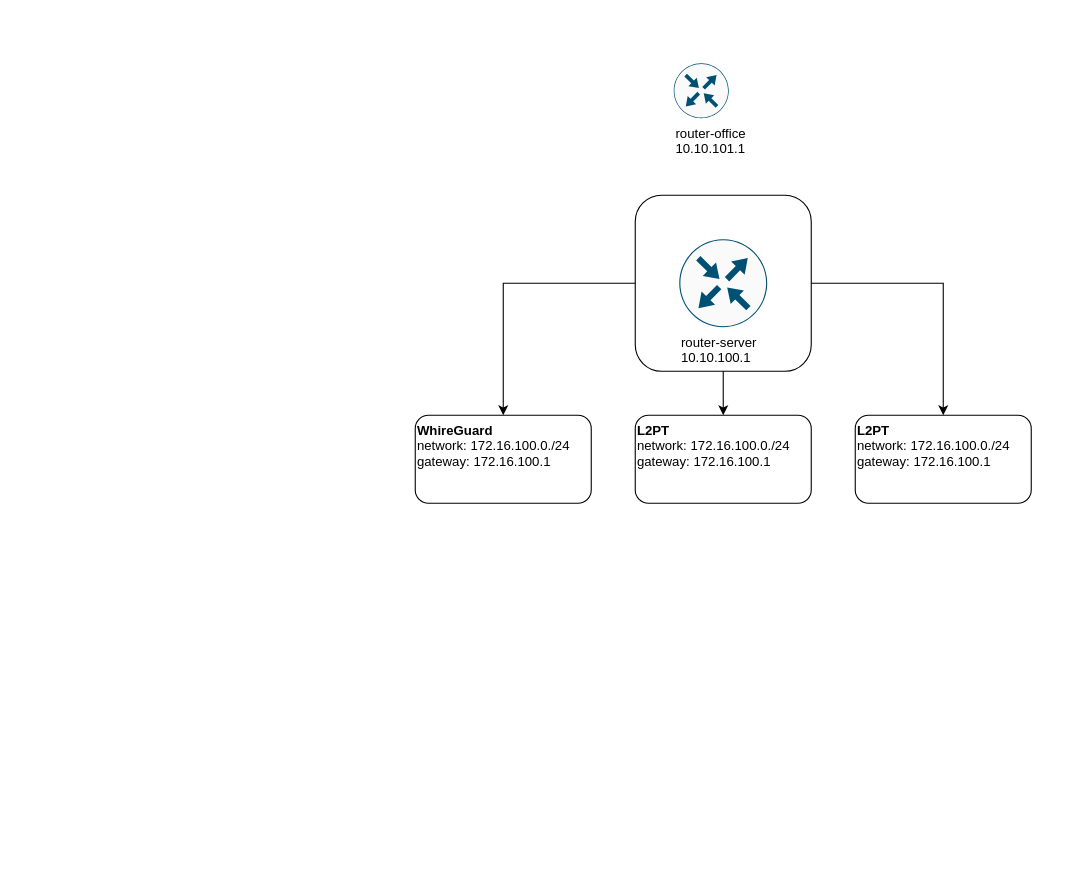
This is Untitled Diagram.drawio from lex1010011010/a1-network-map, a draw.io file, before an edit. Source tidied: cells renumbered, new cells numbered last; positions are measured from the earlier drawing's top-left corner, leaving out a move shared by most shapes. Both pictures are drawn from the tidied source at 110%, with x=0, y=0 at pixel (415, 63).
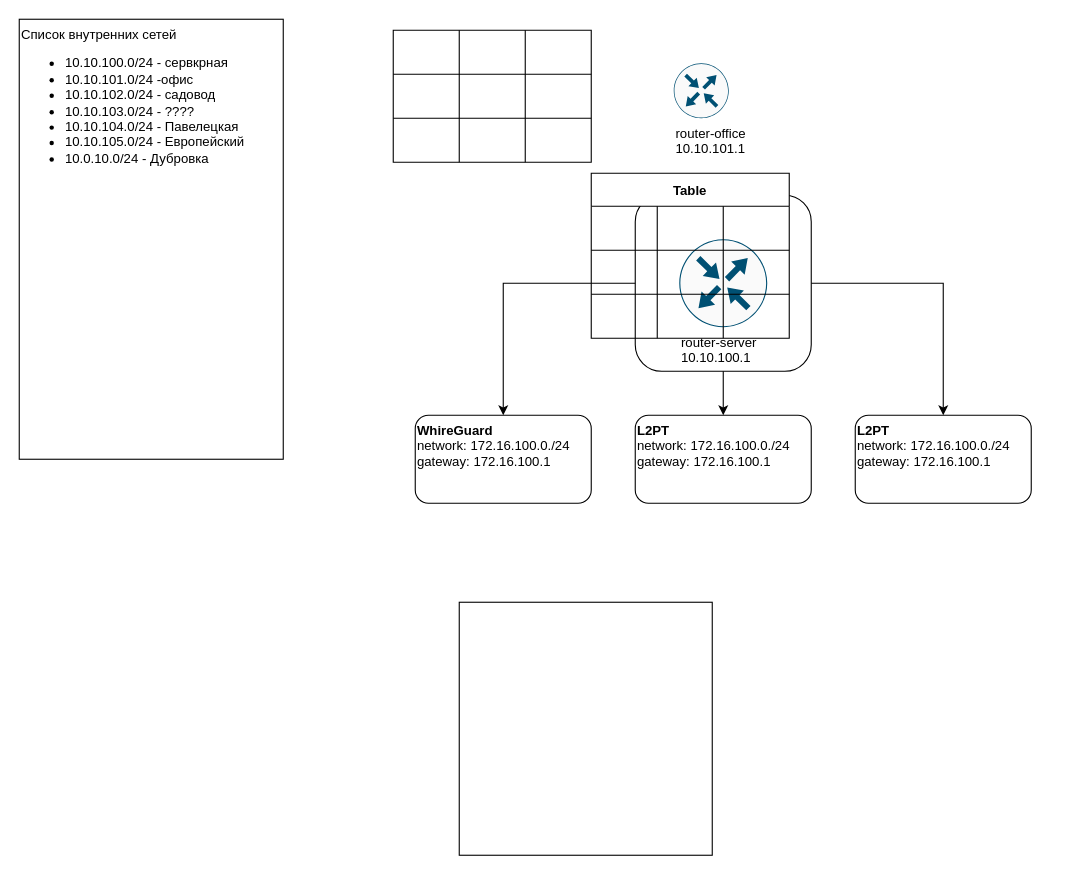
The same page after the edit.

Change to the diagram source:
```diff
@@
+    <mxCell id="12" value="Список внутренних сетей&lt;br&gt;&lt;ul&gt;&lt;li&gt;10.10.100.0/24 - сервкрная&lt;/li&gt;&lt;li&gt;10.10.101.0/24 -офис&lt;/li&gt;&lt;li&gt;10.10.102.0/24 - садовод&lt;/li&gt;&lt;li&gt;10.10.103.0/24 - ????&lt;/li&gt;&lt;li&gt;10.10.104.0/24 - Павелецкая&lt;/li&gt;&lt;li&gt;10.10.105.0/24 - Европейский&lt;/li&gt;&lt;li&gt;10.0.10.0/24 - Дубровка&lt;/li&gt;&lt;/ul&gt;" style="rounded=0;whiteSpace=wrap;html=1;align=left;verticalAlign=top;glass=0;sketch=0;" parent="1" vertex="1">
+      <mxGeometry x="-360" y="-40" width="240" height="400" as="geometry" />
+    </mxCell>
+    <mxCell id="13" style="shape=table;html=1;whiteSpace=wrap;startSize=0;childLayout=tableLayout;rounded=0;glass=0;sketch=0;" parent="1" vertex="1">
+      <mxGeometry x="-20" y="-30" width="180" height="120" as="geometry" />
+    </mxCell>
+    <mxCell id="14" style="shape=tableRow;horizontal=0;startSize=0;swimlaneHead=0;swimlaneBody=0;top=0;left=0;bottom=0;right=0;fillColor=none;rounded=0;glass=0;sketch=0;" parent="13" vertex="1">
+      <mxGeometry width="180" height="40" as="geometry" />
+    </mxCell>
+    <mxCell id="15" style="shape=partialRectangle;html=1;whiteSpace=wrap;fillColor=none;top=0;left=0;bottom=0;right=0;overflow=hidden;rounded=0;glass=0;sketch=0;" parent="14" vertex="1">
+      <mxGeometry width="60" height="40" as="geometry" />
+    </mxCell>
+    <mxCell id="16" style="shape=partialRectangle;html=1;whiteSpace=wrap;fillColor=none;top=0;left=0;bottom=0;right=0;overflow=hidden;rounded=0;glass=0;sketch=0;" parent="14" vertex="1">
+      <mxGeometry x="60" width="60" height="40" as="geometry" />
+    </mxCell>
+    <mxCell id="17" style="shape=partialRectangle;html=1;whiteSpace=wrap;fillColor=none;top=0;left=0;bottom=0;right=0;overflow=hidden;rounded=0;glass=0;sketch=0;" parent="14" vertex="1">
+      <mxGeometry x="120" width="60" height="40" as="geometry" />
+    </mxCell>
+    <mxCell id="18" style="shape=tableRow;horizontal=0;startSize=0;swimlaneHead=0;swimlaneBody=0;top=0;left=0;bottom=0;right=0;fillColor=none;rounded=0;glass=0;sketch=0;" parent="13" vertex="1">
+      <mxGeometry y="40" width="180" height="40" as="geometry" />
+    </mxCell>
+    <mxCell id="19" style="shape=partialRectangle;html=1;whiteSpace=wrap;fillColor=none;top=0;left=0;bottom=0;right=0;overflow=hidden;rounded=0;glass=0;sketch=0;" parent="18" vertex="1">
+      <mxGeometry width="60" height="40" as="geometry" />
+    </mxCell>
+    <mxCell id="20" style="shape=partialRectangle;html=1;whiteSpace=wrap;fillColor=none;top=0;left=0;bottom=0;right=0;overflow=hidden;rounded=0;glass=0;sketch=0;" parent="18" vertex="1">
+      <mxGeometry x="60" width="60" height="40" as="geometry" />
+    </mxCell>
+    <mxCell id="21" style="shape=partialRectangle;html=1;whiteSpace=wrap;fillColor=none;top=0;left=0;bottom=0;right=0;overflow=hidden;rounded=0;glass=0;sketch=0;" parent="18" vertex="1">
+      <mxGeometry x="120" width="60" height="40" as="geometry" />
+    </mxCell>
+    <mxCell id="22" style="shape=tableRow;horizontal=0;startSize=0;swimlaneHead=0;swimlaneBody=0;top=0;left=0;bottom=0;right=0;fillColor=none;rounded=0;glass=0;sketch=0;" parent="13" vertex="1">
+      <mxGeometry y="80" width="180" height="40" as="geometry" />
+    </mxCell>
+    <mxCell id="23" style="shape=partialRectangle;html=1;whiteSpace=wrap;fillColor=none;top=0;left=0;bottom=0;right=0;overflow=hidden;rounded=0;glass=0;sketch=0;" parent="22" vertex="1">
+      <mxGeometry width="60" height="40" as="geometry" />
+    </mxCell>
+    <mxCell id="24" style="shape=partialRectangle;html=1;whiteSpace=wrap;fillColor=none;top=0;left=0;bottom=0;right=0;overflow=hidden;rounded=0;glass=0;sketch=0;" parent="22" vertex="1">
+      <mxGeometry x="60" width="60" height="40" as="geometry" />
+    </mxCell>
+    <mxCell id="25" style="shape=partialRectangle;html=1;whiteSpace=wrap;fillColor=none;top=0;left=0;bottom=0;right=0;overflow=hidden;rounded=0;glass=0;sketch=0;" parent="22" vertex="1">
+      <mxGeometry x="120" width="60" height="40" as="geometry" />
+    </mxCell>
+    <mxCell id="26" value="&lt;table&gt;&lt;tbody&gt;&lt;tr&gt;&lt;td&gt;&lt;br&gt;&lt;/td&gt;&lt;td&gt;&lt;br&gt;&lt;/td&gt;&lt;/tr&gt;&lt;tr&gt;&lt;td&gt;&lt;br&gt;&lt;/td&gt;&lt;td&gt;&lt;br&gt;&lt;/td&gt;&lt;/tr&gt;&lt;/tbody&gt;&lt;/table&gt;" style="text;html=1;align=center;verticalAlign=middle;strokeColor=none;fillColor=none;" parent="1" vertex="1">
+      <mxGeometry x="545" y="460" width="30" height="40" as="geometry" />
+    </mxCell>
+    <mxCell id="27" value="&lt;table&gt;&lt;tbody&gt;&lt;tr&gt;&lt;td&gt;&lt;/td&gt;&lt;td&gt;&lt;br&gt;&lt;/td&gt;&lt;/tr&gt;&lt;tr&gt;&lt;td&gt;&lt;br&gt;&lt;/td&gt;&lt;td&gt;&lt;br&gt;&lt;/td&gt;&lt;/tr&gt;&lt;/tbody&gt;&lt;/table&gt;" style="whiteSpace=wrap;html=1;rounded=0;glass=0;sketch=0;" parent="1" vertex="1">
+      <mxGeometry x="40" y="490" width="230" height="230" as="geometry" />
+    </mxCell>
+    <mxCell id="28" value="Table" style="shape=table;startSize=30;childLayout=tableLayout;fontStyle=1;align=center;rounded=0;glass=0;sketch=0;" parent="1" vertex="1">
+      <mxGeometry x="160" y="100" width="180" height="150" as="geometry" />
+    </mxCell>
+    <mxCell id="29" style="shape=tableRow;horizontal=0;startSize=0;swimlaneHead=0;swimlaneBody=0;top=0;left=0;bottom=0;right=0;fillColor=none;rounded=0;glass=0;sketch=0;" parent="28" vertex="1">
+      <mxGeometry y="30" width="180" height="40" as="geometry" />
+    </mxCell>
+    <mxCell id="30" style="shape=partialRectangle;html=1;whiteSpace=wrap;fillColor=none;top=0;left=0;bottom=0;right=0;overflow=hidden;rounded=0;glass=0;sketch=0;" parent="29" vertex="1">
+      <mxGeometry width="60" height="40" as="geometry" />
+    </mxCell>
+    <mxCell id="31" style="shape=partialRectangle;html=1;whiteSpace=wrap;fillColor=none;top=0;left=0;bottom=0;right=0;overflow=hidden;rounded=0;glass=0;sketch=0;" parent="29" vertex="1">
+      <mxGeometry x="60" width="60" height="40" as="geometry" />
+    </mxCell>
+    <mxCell id="32" style="shape=partialRectangle;html=1;whiteSpace=wrap;fillColor=none;top=0;left=0;bottom=0;right=0;overflow=hidden;rounded=0;glass=0;sketch=0;" parent="29" vertex="1">
+      <mxGeometry x="120" width="60" height="40" as="geometry" />
+    </mxCell>
+    <mxCell id="33" style="shape=tableRow;horizontal=0;startSize=0;swimlaneHead=0;swimlaneBody=0;top=0;left=0;bottom=0;right=0;fillColor=none;rounded=0;glass=0;sketch=0;" parent="28" vertex="1">
+      <mxGeometry y="70" width="180" height="40" as="geometry" />
+    </mxCell>
+    <mxCell id="34" style="shape=partialRectangle;html=1;whiteSpace=wrap;fillColor=none;top=0;left=0;bottom=0;right=0;overflow=hidden;rounded=0;glass=0;sketch=0;" parent="33" vertex="1">
+      <mxGeometry width="60" height="40" as="geometry" />
+    </mxCell>
+    <mxCell id="35" style="shape=partialRectangle;html=1;whiteSpace=wrap;fillColor=none;top=0;left=0;bottom=0;right=0;overflow=hidden;rounded=0;glass=0;sketch=0;" parent="33" vertex="1">
+      <mxGeometry x="60" width="60" height="40" as="geometry" />
+    </mxCell>
+    <mxCell id="36" style="shape=partialRectangle;html=1;whiteSpace=wrap;fillColor=none;top=0;left=0;bottom=0;right=0;overflow=hidden;rounded=0;glass=0;sketch=0;" parent="33" vertex="1">
+      <mxGeometry x="120" width="60" height="40" as="geometry" />
+    </mxCell>
+    <mxCell id="37" style="shape=tableRow;horizontal=0;startSize=0;swimlaneHead=0;swimlaneBody=0;top=0;left=0;bottom=0;right=0;fillColor=none;rounded=0;glass=0;sketch=0;" parent="28" vertex="1">
+      <mxGeometry y="110" width="180" height="40" as="geometry" />
+    </mxCell>
+    <mxCell id="38" style="shape=partialRectangle;html=1;whiteSpace=wrap;fillColor=none;top=0;left=0;bottom=0;right=0;overflow=hidden;rounded=0;glass=0;sketch=0;" parent="37" vertex="1">
+      <mxGeometry width="60" height="40" as="geometry" />
+    </mxCell>
+    <mxCell id="39" style="shape=partialRectangle;html=1;whiteSpace=wrap;fillColor=none;top=0;left=0;bottom=0;right=0;overflow=hidden;rounded=0;glass=0;sketch=0;" parent="37" vertex="1">
+      <mxGeometry x="60" width="60" height="40" as="geometry" />
+    </mxCell>
+    <mxCell id="40" style="shape=partialRectangle;html=1;whiteSpace=wrap;fillColor=none;top=0;left=0;bottom=0;right=0;overflow=hidden;rounded=0;glass=0;sketch=0;" parent="37" vertex="1">
+      <mxGeometry x="120" width="60" height="40" as="geometry" />
+    </mxCell>
```
